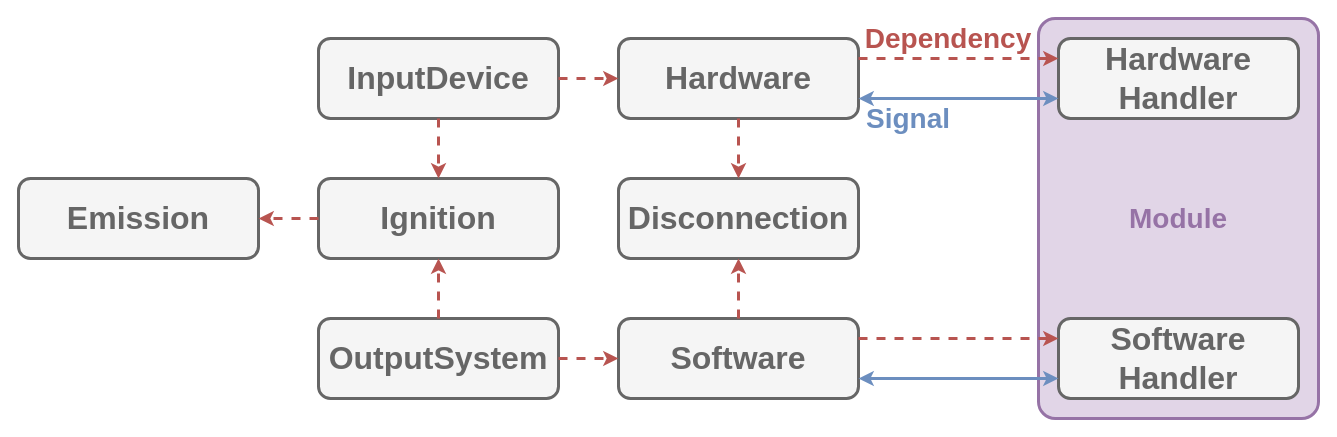
Before: Documentation/Resources/Unitization.drawio in do-i-know-it/YggdrAshill.Nuadha, a draw.io diagram. Source tidied: cells renumbered, new cells numbered last; positions are measured from the earlier drawing's top-left corner, leaving out a move shared by most shapes. Both pictures are drawn from the tidied source at 100%, with x=0, y=0 at pixel (18, 18).
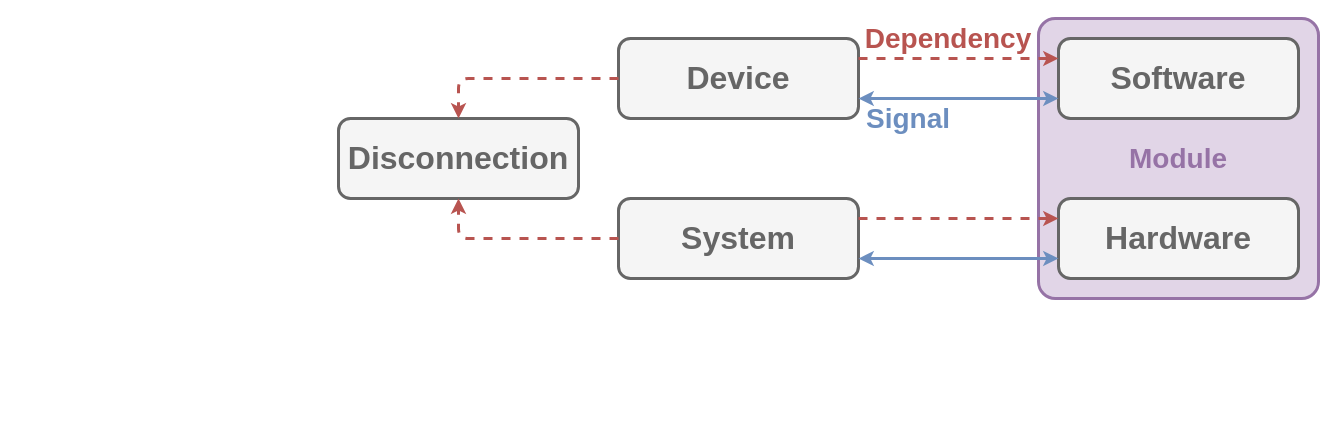
Above is the later version.

Commit message (it also covers changes not shown here):
Modify document for Unitization

Diff of the diagram source:
```diff
@@
     <mxCell id="2" style="rounded=1;whiteSpace=wrap;html=1;arcSize=6;strokeWidth=3;fillColor=#e1d5e7;strokeColor=#9673A6;" parent="1" vertex="1">
-      <mxGeometry x="1020" width="280" height="400" as="geometry" />
+      <mxGeometry x="1020" width="280" height="280" as="geometry" />
     </mxCell>
     <mxCell id="3" value="&lt;b&gt;&lt;font style=&quot;font-size: 28px&quot; color=&quot;#9673a6&quot;&gt;Module&lt;/font&gt;&lt;/b&gt;" style="text;html=1;align=center;verticalAlign=middle;whiteSpace=wrap;rounded=0;" parent="1" vertex="1">
-      <mxGeometry x="1020" y="180" width="280" height="40" as="geometry" />
+      <mxGeometry x="1020" y="120" width="280" height="40" as="geometry" />
     </mxCell>
-    <mxCell id="4" value="&lt;font style=&quot;font-size: 32px&quot; color=&quot;#666666&quot;&gt;&lt;b&gt;Hardware&lt;/b&gt;&lt;/font&gt;" style="rounded=1;whiteSpace=wrap;html=1;fillColor=#f5f5f5;strokeColor=#666666;strokeWidth=3;fontColor=#333333;" parent="1" vertex="1">
+    <mxCell id="4" value="&lt;font style=&quot;font-size: 32px&quot; color=&quot;#666666&quot;&gt;&lt;b&gt;Device&lt;/b&gt;&lt;/font&gt;" style="rounded=1;whiteSpace=wrap;html=1;fillColor=#f5f5f5;strokeColor=#666666;strokeWidth=3;fontColor=#333333;" parent="1" vertex="1">
       <mxGeometry x="600" y="20" width="240" height="80" as="geometry" />
     </mxCell>
-    <mxCell id="5" value="&lt;font style=&quot;font-size: 32px&quot; color=&quot;#666666&quot;&gt;&lt;b&gt;Hardware&lt;br&gt;Handler&lt;/b&gt;&lt;/font&gt;" style="rounded=1;whiteSpace=wrap;html=1;fillColor=#f5f5f5;strokeColor=#666666;strokeWidth=3;fontColor=#333333;" parent="1" vertex="1">
+    <mxCell id="5" value="&lt;font color=&quot;#666666&quot;&gt;&lt;span style=&quot;font-size: 32px&quot;&gt;&lt;b&gt;Software&lt;/b&gt;&lt;/span&gt;&lt;/font&gt;" style="rounded=1;whiteSpace=wrap;html=1;fillColor=#f5f5f5;strokeColor=#666666;strokeWidth=3;fontColor=#333333;" parent="1" vertex="1">
       <mxGeometry x="1040" y="20" width="240" height="80" as="geometry" />
     </mxCell>
@@
     <mxCell id="9" value="&lt;font style=&quot;font-size: 32px&quot; color=&quot;#666666&quot;&gt;&lt;b&gt;Disconnection&lt;/b&gt;&lt;/font&gt;" style="rounded=1;whiteSpace=wrap;html=1;fillColor=#f5f5f5;strokeColor=#666666;strokeWidth=3;fontColor=#333333;" parent="1" vertex="1">
-      <mxGeometry x="600" y="160" width="240" height="80" as="geometry" />
+      <mxGeometry x="320" y="100" width="240" height="80" as="geometry" />
     </mxCell>
-    <mxCell id="10" style="endArrow=classic;html=1;exitX=0.5;exitY=1;exitDx=0;exitDy=0;entryX=0.5;entryY=0;entryDx=0;entryDy=0;fillColor=#f8cecc;strokeColor=#b85450;strokeWidth=3;dashed=1;" parent="1" edge="1" source="4" target="9">
+    <mxCell id="10" style="endArrow=classic;html=1;exitX=0;exitY=0.5;exitDx=0;exitDy=0;entryX=0.5;entryY=0;entryDx=0;entryDy=0;fillColor=#f8cecc;strokeColor=#b85450;strokeWidth=3;dashed=1;edgeStyle=orthogonalEdgeStyle;" parent="1" edge="1" source="4" target="9">
       <mxGeometry relative="1" as="geometry" />
     </mxCell>
-    <mxCell id="11" value="&lt;font style=&quot;font-size: 32px&quot; color=&quot;#666666&quot;&gt;&lt;b&gt;Software&lt;/b&gt;&lt;/font&gt;" style="rounded=1;whiteSpace=wrap;html=1;fillColor=#f5f5f5;strokeColor=#666666;strokeWidth=3;fontColor=#333333;" parent="1" vertex="1">
-      <mxGeometry x="600" y="300" width="240" height="80" as="geometry" />
+    <mxCell id="11" value="&lt;font style=&quot;font-size: 32px&quot; color=&quot;#666666&quot;&gt;&lt;b&gt;System&lt;/b&gt;&lt;/font&gt;" style="rounded=1;whiteSpace=wrap;html=1;fillColor=#f5f5f5;strokeColor=#666666;strokeWidth=3;fontColor=#333333;" parent="1" vertex="1">
+      <mxGeometry x="600" y="180" width="240" height="80" as="geometry" />
     </mxCell>
-    <mxCell id="12" value="&lt;font style=&quot;font-size: 32px&quot; color=&quot;#666666&quot;&gt;&lt;b&gt;Software&lt;br&gt;Handler&lt;/b&gt;&lt;/font&gt;" style="rounded=1;whiteSpace=wrap;html=1;fillColor=#f5f5f5;strokeColor=#666666;strokeWidth=3;fontColor=#333333;" parent="1" vertex="1">
-      <mxGeometry x="1040" y="300" width="240" height="80" as="geometry" />
+    <mxCell id="12" value="&lt;font color=&quot;#666666&quot;&gt;&lt;span style=&quot;font-size: 32px&quot;&gt;&lt;b&gt;Hardware&lt;/b&gt;&lt;/span&gt;&lt;/font&gt;" style="rounded=1;whiteSpace=wrap;html=1;fillColor=#f5f5f5;strokeColor=#666666;strokeWidth=3;fontColor=#333333;" parent="1" vertex="1">
+      <mxGeometry x="1040" y="180" width="240" height="80" as="geometry" />
     </mxCell>
-    <mxCell id="13" style="endArrow=classic;html=1;exitX=1;exitY=0.25;exitDx=0;exitDy=0;entryX=0;entryY=0.25;entryDx=0;entryDy=0;fillColor=#f8cecc;strokeColor=#b85450;strokeWidth=3;dashed=1;" parent="1" edge="1" source="11" target="12">
+    <mxCell id="13" style="endArrow=classic;html=1;fillColor=#f8cecc;strokeColor=#b85450;strokeWidth=3;dashed=1;entryX=0;entryY=0.25;entryDx=0;entryDy=0;exitX=1;exitY=0.25;exitDx=0;exitDy=0;" parent="1" edge="1" source="11" target="12">
       <mxGeometry relative="1" as="geometry" />
     </mxCell>
-    <mxCell id="14" style="endArrow=classic;html=1;exitX=0.5;exitY=0;exitDx=0;exitDy=0;entryX=0.5;entryY=1;entryDx=0;entryDy=0;fillColor=#f8cecc;strokeColor=#b85450;strokeWidth=3;dashed=1;" parent="1" edge="1" source="11" target="9">
+    <mxCell id="14" style="endArrow=classic;html=1;entryX=0.5;entryY=1;entryDx=0;entryDy=0;fillColor=#f8cecc;strokeColor=#b85450;strokeWidth=3;dashed=1;edgeStyle=orthogonalEdgeStyle;" parent="1" edge="1" source="11" target="9">
       <mxGeometry relative="1" as="geometry" />
     </mxCell>
-    <mxCell id="15" value="&lt;font style=&quot;font-size: 32px&quot; color=&quot;#666666&quot;&gt;&lt;b&gt;Emission&lt;/b&gt;&lt;/font&gt;" style="rounded=1;whiteSpace=wrap;html=1;fillColor=#f5f5f5;strokeColor=#666666;strokeWidth=3;fontColor=#333333;" parent="1" vertex="1">
-      <mxGeometry y="160" width="240" height="80" as="geometry" />
-    </mxCell>
-    <mxCell id="16" value="&lt;font style=&quot;font-size: 32px&quot; color=&quot;#666666&quot;&gt;&lt;b&gt;InputDevice&lt;/b&gt;&lt;/font&gt;" style="rounded=1;whiteSpace=wrap;html=1;fillColor=#f5f5f5;strokeColor=#666666;strokeWidth=3;fontColor=#333333;" parent="1" vertex="1">
-      <mxGeometry x="300" y="20" width="240" height="80" as="geometry" />
-    </mxCell>
-    <mxCell id="17" value="&lt;font style=&quot;font-size: 32px&quot; color=&quot;#666666&quot;&gt;&lt;b&gt;OutputSystem&lt;/b&gt;&lt;/font&gt;" style="rounded=1;whiteSpace=wrap;html=1;fillColor=#f5f5f5;strokeColor=#666666;strokeWidth=3;fontColor=#333333;" parent="1" vertex="1">
-      <mxGeometry x="300" y="300" width="240" height="80" as="geometry" />
-    </mxCell>
@@
-    <mxCell id="19" style="endArrow=classic;startArrow=classic;html=1;fillColor=#dae8fc;strokeColor=#6c8ebf;strokeWidth=3;exitX=1;exitY=0.75;exitDx=0;exitDy=0;entryX=0;entryY=0.75;entryDx=0;entryDy=0;" parent="1" edge="1" source="11" target="12">
+    <mxCell id="19" style="endArrow=classic;startArrow=classic;html=1;fillColor=#dae8fc;strokeColor=#6c8ebf;strokeWidth=3;entryX=0;entryY=0.75;entryDx=0;entryDy=0;exitX=1;exitY=0.75;exitDx=0;exitDy=0;" parent="1" edge="1" source="11" target="12">
       <mxGeometry relative="1" as="geometry" />
     </mxCell>
-    <mxCell id="20" value="&lt;font style=&quot;font-size: 32px&quot; color=&quot;#666666&quot;&gt;&lt;b&gt;Ignition&lt;/b&gt;&lt;/font&gt;" style="rounded=1;whiteSpace=wrap;html=1;fillColor=#f5f5f5;strokeColor=#666666;strokeWidth=3;fontColor=#333333;" parent="1" vertex="1">
-      <mxGeometry x="300" y="160" width="240" height="80" as="geometry" />
-    </mxCell>
-    <mxCell id="21" style="endArrow=classic;html=1;exitX=0.5;exitY=1;exitDx=0;exitDy=0;fillColor=#f8cecc;strokeColor=#b85450;strokeWidth=3;dashed=1;" parent="1" edge="1" source="16" target="20">
-      <mxGeometry relative="1" as="geometry" />
-    </mxCell>
-    <mxCell id="22" style="endArrow=classic;html=1;exitX=1;exitY=0.5;exitDx=0;exitDy=0;entryX=0;entryY=0.5;entryDx=0;entryDy=0;fillColor=#f8cecc;strokeColor=#b85450;strokeWidth=3;dashed=1;" parent="1" edge="1" source="16" target="4">
-      <mxGeometry relative="1" as="geometry" />
-    </mxCell>
-    <mxCell id="23" style="endArrow=classic;html=1;fillColor=#f8cecc;strokeColor=#b85450;strokeWidth=3;dashed=1;entryX=0.5;entryY=1;entryDx=0;entryDy=0;exitX=0.5;exitY=0;exitDx=0;exitDy=0;" parent="1" edge="1" source="17" target="20">
-      <mxGeometry relative="1" as="geometry" />
-    </mxCell>
-    <mxCell id="24" style="endArrow=classic;html=1;exitX=1;exitY=0.5;exitDx=0;exitDy=0;entryX=0;entryY=0.5;entryDx=0;entryDy=0;fillColor=#f8cecc;strokeColor=#b85450;strokeWidth=3;dashed=1;" parent="1" edge="1" source="17" target="11">
-      <mxGeometry relative="1" as="geometry" />
-    </mxCell>
-    <mxCell id="25" style="endArrow=classic;html=1;exitX=0;exitY=0.5;exitDx=0;exitDy=0;entryX=1;entryY=0.5;entryDx=0;entryDy=0;fillColor=#f8cecc;strokeColor=#b85450;strokeWidth=3;dashed=1;" parent="1" edge="1" source="20" target="15">
-      <mxGeometry relative="1" as="geometry" />
-    </mxCell>
```
